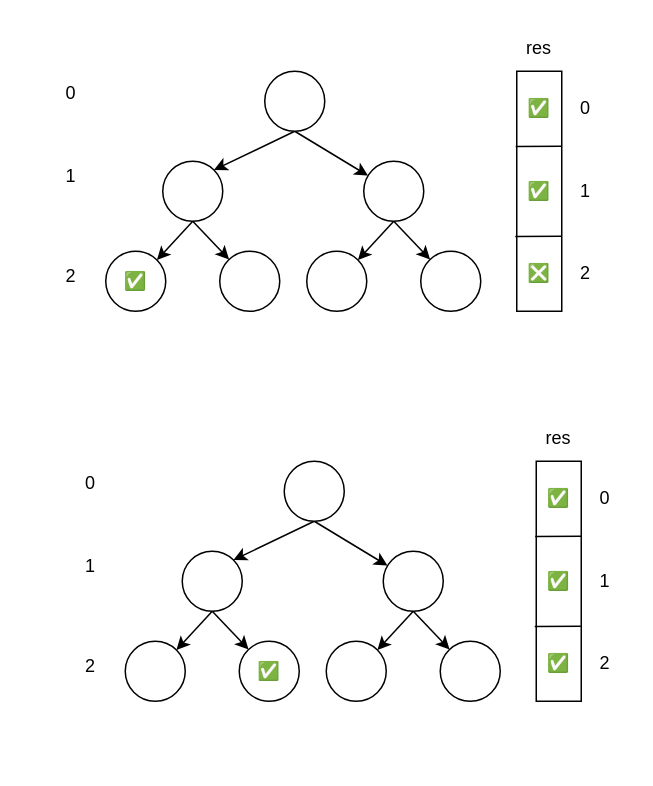
Before: 在每个树行中找最大值.drawio in CARLOSGP2021/drawio, a draw.io diagram. Source tidied: cells renumbered, new cells numbered last; positions are measured from the earlier drawing's top-left corner, leaving out a move shared by most shapes. Both pictures are drawn from the tidied source at 150%, with x=0, y=0 at pixel (26, 26).
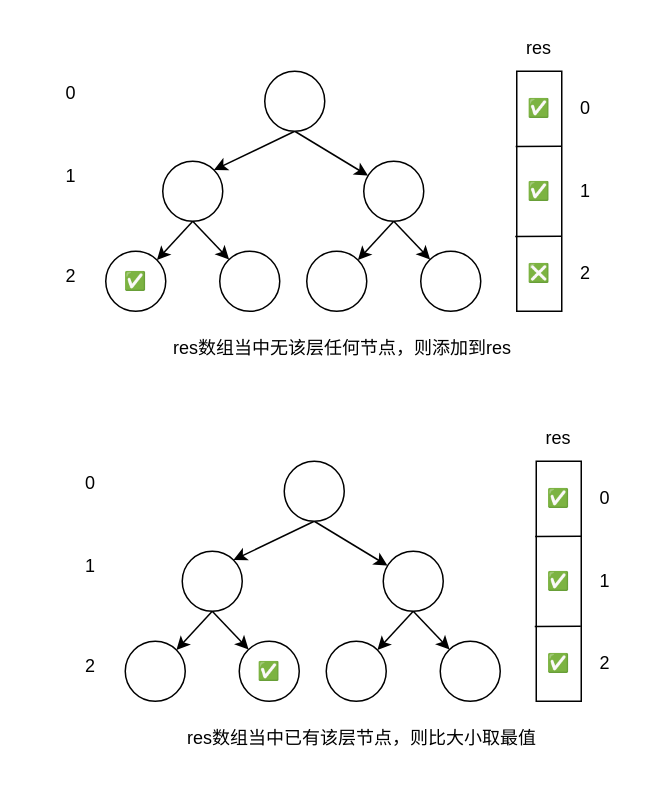
The same page after the edit.

Commit message (it also covers changes not shown here):
更新在每个树行中找最大值.drawio

What changed in the source:
```diff
@@
+    <mxCell id="58" value="res数组当中无该层任何节点，则添加到res" style="text;html=1;strokeColor=none;fillColor=none;align=center;verticalAlign=middle;whiteSpace=wrap;rounded=0;" parent="1" vertex="1">
+      <mxGeometry x="93" y="200" width="235.5" height="30" as="geometry" />
+    </mxCell>
+    <mxCell id="59" value="res数组当中已有该层节点，则比大小取最值" style="text;html=1;strokeColor=none;fillColor=none;align=center;verticalAlign=middle;whiteSpace=wrap;rounded=0;" parent="1" vertex="1">
+      <mxGeometry x="106" y="460" width="235.5" height="30" as="geometry" />
+    </mxCell>
```
